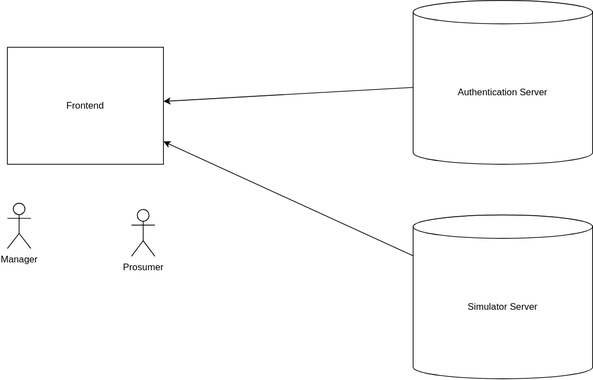
MarqusJonsson/M7011E keeps this draw.io diagram as system-architecture.svg. Above is the earlier version. Source tidied: cells renumbered, new cells last; positions are measured from the earlier drawing's top-left corner, leaving out a move shared by most shapes.
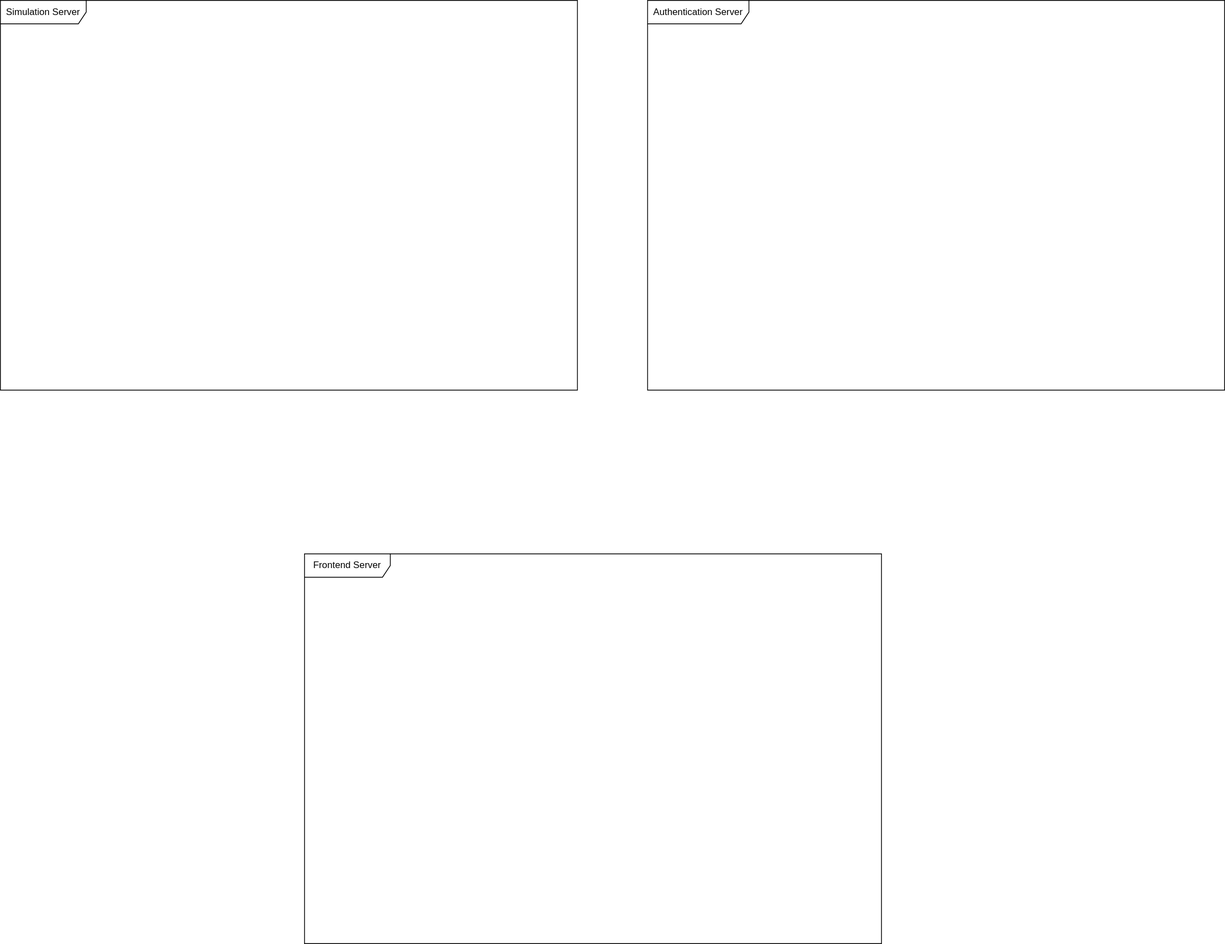
After the change.

What changed in the source:
```diff
@@ -2,26 +2,14 @@
   <root>
     <mxCell id="0" />
     <mxCell id="1" parent="0" />
+    <mxCell id="9" value="Simulation Server" style="shape=umlFrame;whiteSpace=wrap;html=1;width=110;height=30;" parent="1" vertex="1">
+      <mxGeometry x="-310" width="740" height="500" as="geometry" />
+    </mxCell>
-    <mxCell id="2" value="Authentication Server" style="shape=cylinder3;whiteSpace=wrap;html=1;boundedLbl=1;backgroundOutline=1;size=15;" parent="1" vertex="1">
-      <mxGeometry x="520" width="230" height="210" as="geometry" />
+    <mxCell id="2" value="Authentication Server" style="shape=umlFrame;whiteSpace=wrap;html=1;width=130;height=30;" parent="1" vertex="1">
+      <mxGeometry x="520" width="740" height="500" as="geometry" />
     </mxCell>
-    <mxCell id="3" value="Simulator Server" style="shape=cylinder3;whiteSpace=wrap;html=1;boundedLbl=1;backgroundOutline=1;size=15;" parent="1" vertex="1">
-      <mxGeometry x="520" y="275" width="230" height="210" as="geometry" />
-    </mxCell>
-    <mxCell id="4" value="Frontend" style="rounded=0;whiteSpace=wrap;html=1;" parent="1" vertex="1">
-      <mxGeometry y="60" width="200" height="150" as="geometry" />
-    </mxCell>
-    <mxCell id="5" style="endArrow=classic;html=1;" parent="1" edge="1" source="2" target="4">
-      <mxGeometry relative="1" as="geometry" />
-    </mxCell>
-    <mxCell id="6" style="endArrow=classic;html=1;" parent="1" edge="1" source="3" target="4">
-      <mxGeometry relative="1" as="geometry" />
-    </mxCell>
-    <mxCell id="7" value="Manager" style="shape=umlActor;verticalLabelPosition=bottom;verticalAlign=top;html=1;" parent="1" vertex="1">
-      <mxGeometry y="260" width="30" height="58" as="geometry" />
-    </mxCell>
-    <mxCell id="8" value="Prosumer" style="shape=umlActor;verticalLabelPosition=bottom;verticalAlign=top;html=1;" parent="1" vertex="1">
-      <mxGeometry x="159" y="268" width="30" height="60" as="geometry" />
-    </mxCell>
+    <mxCell id="10" value="Frontend Server" style="shape=umlFrame;whiteSpace=wrap;html=1;width=110;height=30;" parent="1" vertex="1">
+      <mxGeometry x="80" y="710" width="740" height="500" as="geometry" />
+    </mxCell>
   </root>
 </mxGraphModel>
```
